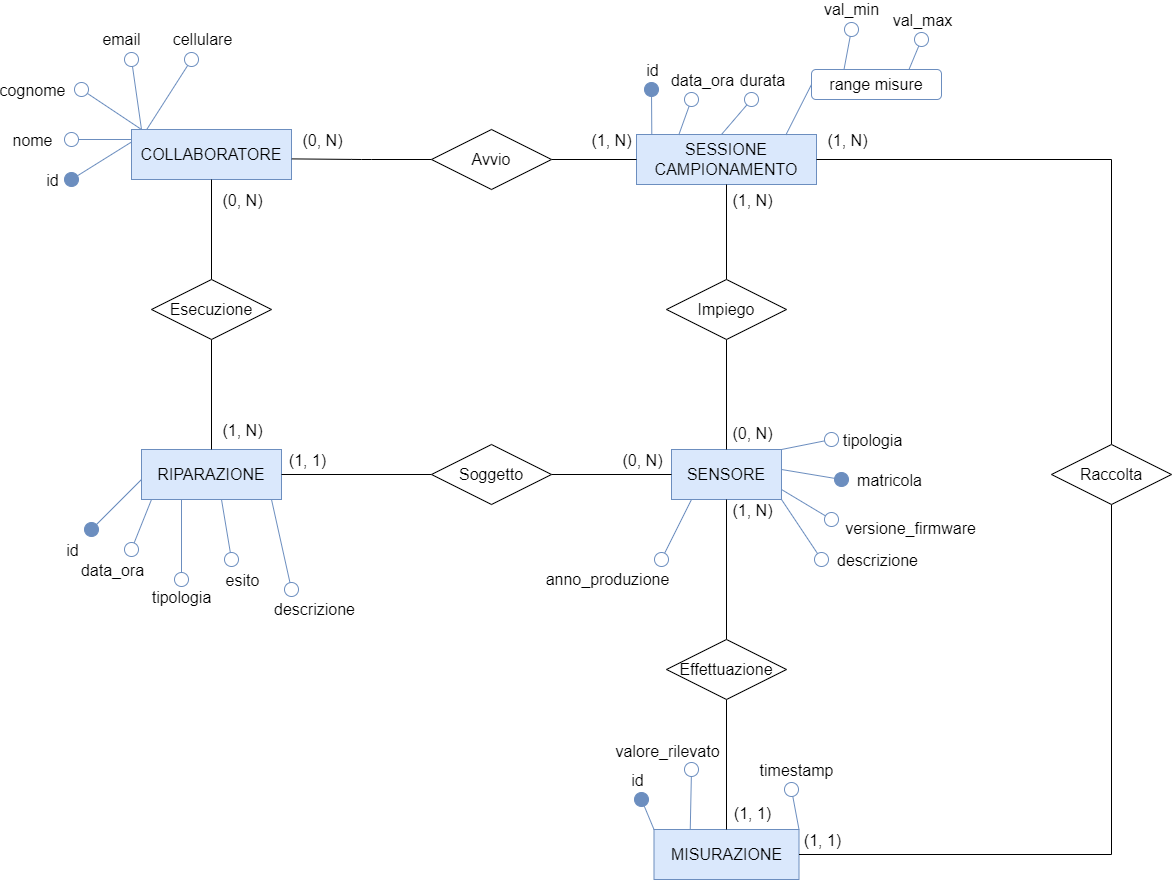
The draw.io diagram diagrammi e-r/Diag. Monitoraggio.png in faffolao/ProgettoBD2022, before a commit. Source tidied: cells renumbered, new cells last; positions are measured from the earlier drawing's top-left corner, leaving out a move shared by most shapes.
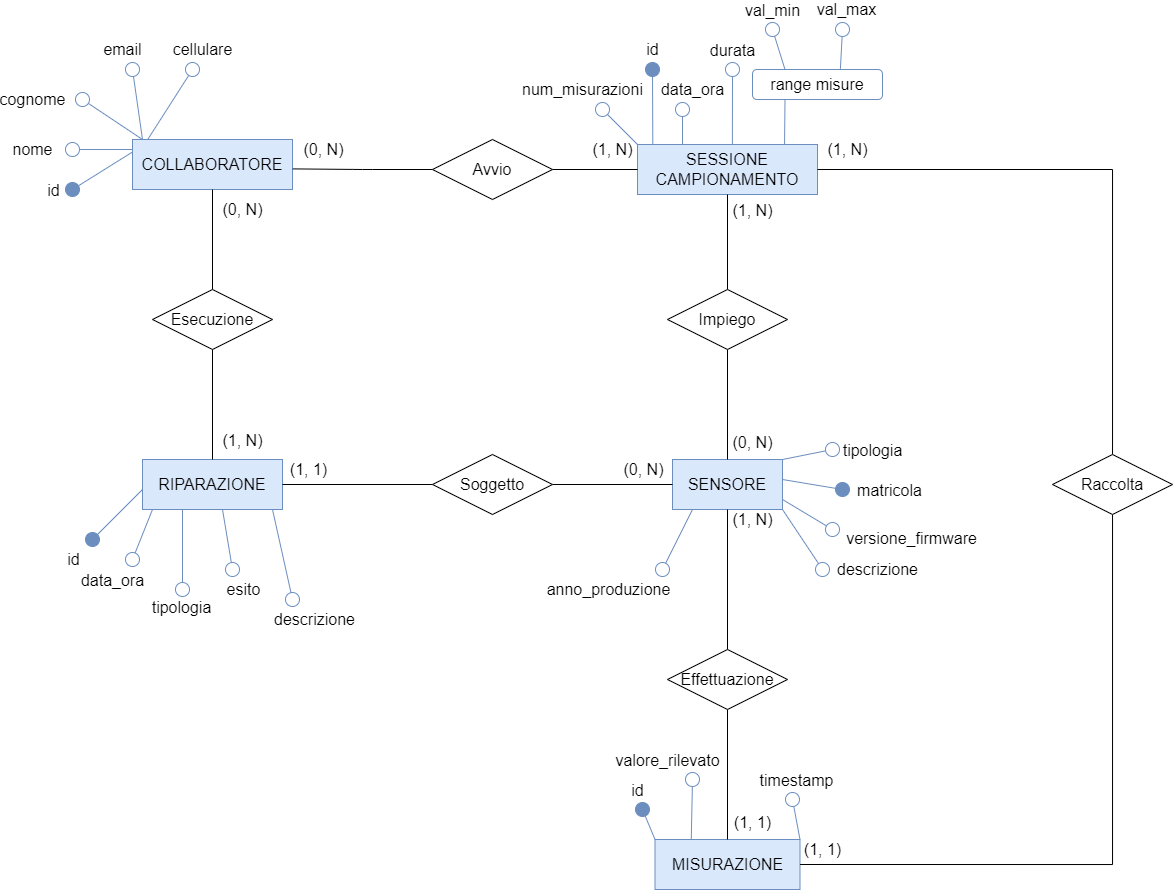
The same file after the commit.

What changed in the source:
```diff
@@ -224,59 +224,58 @@
     </mxCell>
     <mxCell id="49" style="endArrow=oval;html=1;strokeColor=#6c8ebf;strokeWidth=1;fontSize=12;startSize=14;endSize=14;startArrow=none;startFill=0;endFill=1;fillColor=#dae8fc;exitX=0.085;exitY=0.003;exitDx=0;exitDy=0;exitPerimeter=0;" parent="1" edge="1" source="43">
       <mxGeometry relative="1" as="geometry">
-        <mxPoint x="580" y="60" as="targetPoint" />
+        <mxPoint x="580" y="30" as="targetPoint" />
       </mxGeometry>
     </mxCell>
     <mxCell id="50" value="id" style="edgeLabel;html=1;align=center;verticalAlign=middle;fontSize=16;" parent="49" vertex="1">
       <mxGeometry x="0.49" y="3" relative="1" as="geometry">
-        <mxPoint x="3" y="-31" as="offset" />
+        <mxPoint x="3" y="-39" as="offset" />
       </mxGeometry>
     </mxCell>
-    <mxCell id="51" style="endArrow=oval;html=1;strokeColor=#6c8ebf;strokeWidth=1;fontSize=12;startSize=14;endSize=14;endFill=0;fillColor=#dae8fc;exitX=0.235;exitY=0.008;exitDx=0;exitDy=0;exitPerimeter=0;" parent="1" edge="1" source="43">
+    <mxCell id="51" style="endArrow=oval;html=1;strokeColor=#6c8ebf;strokeWidth=1;fontSize=12;startSize=14;endSize=14;endFill=0;fillColor=#dae8fc;exitX=0.25;exitY=0;exitDx=0;exitDy=0;" parent="1" edge="1" source="43">
       <mxGeometry relative="1" as="geometry">
-        <mxPoint x="620" y="70" as="targetPoint" />
+        <mxPoint x="610" y="70" as="targetPoint" />
       </mxGeometry>
     </mxCell>
     <mxCell id="52" value="data_ora" style="edgeLabel;html=1;align=center;verticalAlign=middle;fontSize=16;" parent="51" vertex="1">
       <mxGeometry x="0.55" relative="1" as="geometry">
-        <mxPoint x="13" y="-28" as="offset" />
+        <mxPoint x="10" y="-28" as="offset" />
       </mxGeometry>
     </mxCell>
-    <mxCell id="53" style="endArrow=none;html=1;strokeColor=#6c8ebf;strokeWidth=1;fontSize=12;startSize=14;endSize=14;endFill=0;startArrow=oval;startFill=0;fillColor=#dae8fc;" parent="1" edge="1">
+    <mxCell id="53" style="endArrow=none;html=1;strokeColor=#6c8ebf;strokeWidth=1;fontSize=12;startSize=14;endSize=14;endFill=0;startArrow=oval;startFill=0;fillColor=#dae8fc;entryX=0.527;entryY=0.01;entryDx=0;entryDy=0;entryPerimeter=0;" parent="1" edge="1" target="43">
       <mxGeometry relative="1" as="geometry">
-        <mxPoint x="680" y="70" as="sourcePoint" />
-        <mxPoint x="650" y="105" as="targetPoint" />
+        <mxPoint x="660" y="30" as="sourcePoint" />
       </mxGeometry>
     </mxCell>
     <mxCell id="54" value="durata" style="edgeLabel;html=1;align=center;verticalAlign=middle;fontSize=16;" parent="53" vertex="1">
       <mxGeometry x="-0.3" y="-1" relative="1" as="geometry">
-        <mxPoint x="21" y="-31" as="offset" />
+        <mxPoint x="1" y="-46" as="offset" />
       </mxGeometry>
     </mxCell>
     <mxCell id="55" value="range misure" style="rounded=1;whiteSpace=wrap;html=1;fontSize=16;fillColor=none;strokeColor=#6c8ebf;" parent="1" vertex="1">
-      <mxGeometry x="740" y="40" width="130" height="30" as="geometry" />
+      <mxGeometry x="680" y="30" width="130" height="30" as="geometry" />
     </mxCell>
-    <mxCell id="56" style="endArrow=none;html=1;strokeColor=#6c8ebf;strokeWidth=1;fontSize=12;startSize=14;endSize=14;exitX=0;exitY=0.5;exitDx=0;exitDy=0;fillColor=#dae8fc;entryX=0.83;entryY=0.007;entryDx=0;entryDy=0;entryPerimeter=0;" parent="1" edge="1" source="55" target="43">
+    <mxCell id="56" style="endArrow=none;html=1;strokeColor=#6c8ebf;strokeWidth=1;fontSize=12;startSize=14;endSize=14;exitX=0.25;exitY=1;exitDx=0;exitDy=0;fillColor=#dae8fc;entryX=0.817;entryY=-0.007;entryDx=0;entryDy=0;entryPerimeter=0;" parent="1" edge="1" source="55" target="43">
       <mxGeometry relative="1" as="geometry" />
     </mxCell>
     <mxCell id="57" style="endArrow=oval;html=1;strokeColor=#6c8ebf;strokeWidth=1;fontSize=12;startSize=14;endSize=14;endFill=0;fillColor=#dae8fc;exitX=0.25;exitY=0;exitDx=0;exitDy=0;" parent="1" edge="1" source="55">
       <mxGeometry relative="1" as="geometry">
-        <mxPoint x="780" as="targetPoint" />
+        <mxPoint x="700" y="-10" as="targetPoint" />
       </mxGeometry>
     </mxCell>
     <mxCell id="58" value="val_min" style="edgeLabel;html=1;align=center;verticalAlign=middle;fontSize=16;" parent="57" vertex="1">
       <mxGeometry x="0.39" y="1" relative="1" as="geometry">
-        <mxPoint x="3" y="-32" as="offset" />
+        <mxPoint x="-3" y="-32" as="offset" />
       </mxGeometry>
     </mxCell>
-    <mxCell id="59" style="endArrow=none;html=1;strokeColor=#6c8ebf;strokeWidth=1;fontSize=12;startSize=14;endSize=14;endFill=0;startArrow=oval;startFill=0;fillColor=#dae8fc;entryX=0.75;entryY=0;entryDx=0;entryDy=0;" parent="1" edge="1" target="55">
+    <mxCell id="59" style="endArrow=none;html=1;strokeColor=#6c8ebf;strokeWidth=1;fontSize=12;startSize=14;endSize=14;endFill=0;startArrow=oval;startFill=0;fillColor=#dae8fc;entryX=0.676;entryY=-0.024;entryDx=0;entryDy=0;entryPerimeter=0;" parent="1" edge="1" target="55">
       <mxGeometry relative="1" as="geometry">
-        <mxPoint x="850" y="10" as="sourcePoint" />
+        <mxPoint x="770" y="-10" as="sourcePoint" />
       </mxGeometry>
     </mxCell>
     <mxCell id="60" value="val_max" style="edgeLabel;html=1;align=center;verticalAlign=middle;fontSize=16;" parent="59" vertex="1">
       <mxGeometry x="-0.39" relative="1" as="geometry">
-        <mxPoint x="4" y="-29" as="offset" />
+        <mxPoint x="4" y="-32" as="offset" />
       </mxGeometry>
     </mxCell>
     <mxCell id="61" style="edgeStyle=orthogonalEdgeStyle;jettySize=auto;html=1;strokeColor=default;strokeWidth=1;fontSize=12;startArrow=none;startFill=0;endArrow=none;endFill=0;startSize=14;endSize=14;" parent="1" edge="1" source="65" target="43">
@@ -388,5 +387,15 @@
     <mxCell id="84" value="Raccolta" style="shape=rhombus;perimeter=rhombusPerimeter;whiteSpace=wrap;html=1;align=center;fontSize=16;" parent="1" vertex="1">
       <mxGeometry x="980" y="415" width="120" height="60" as="geometry" />
     </mxCell>
+    <mxCell id="85" style="endArrow=oval;html=1;strokeColor=#6c8ebf;strokeWidth=1;fontSize=12;startSize=14;endSize=14;endFill=0;fillColor=#dae8fc;exitX=0;exitY=0;exitDx=0;exitDy=0;" parent="1" edge="1" source="43">
+      <mxGeometry relative="1" as="geometry">
+        <mxPoint x="530" y="70" as="targetPoint" />
+      </mxGeometry>
+    </mxCell>
+    <mxCell id="86" value="num_misurazioni" style="edgeLabel;html=1;align=center;verticalAlign=middle;fontSize=16;" parent="85" vertex="1">
+      <mxGeometry x="0.55" relative="1" as="geometry">
+        <mxPoint x="-28" y="-28" as="offset" />
+      </mxGeometry>
+    </mxCell>
   </root>
 </mxGraphModel>
```
